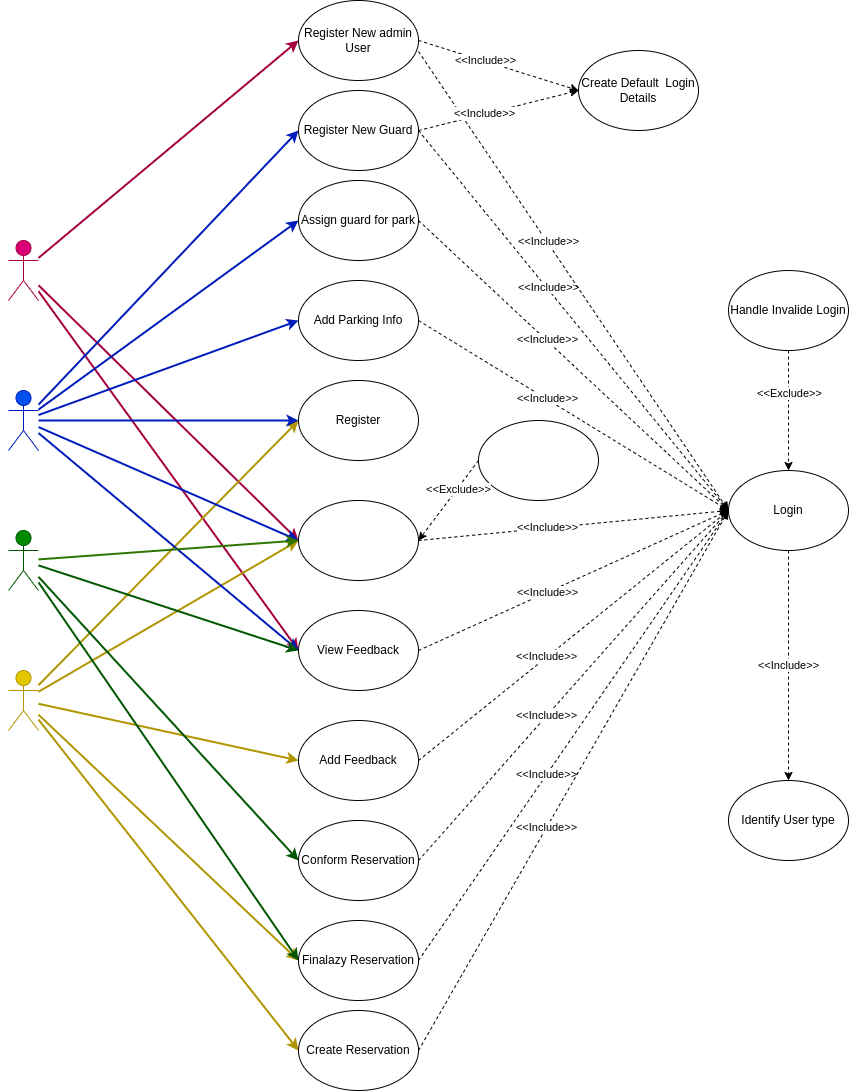
The draw.io diagram usecase/usecase.png in Ishan-Ravindu/park_finder_doc, before a commit. Source tidied: cells renumbered, new cells last; positions are measured from the earlier drawing's top-left corner, leaving out a move shared by most shapes.
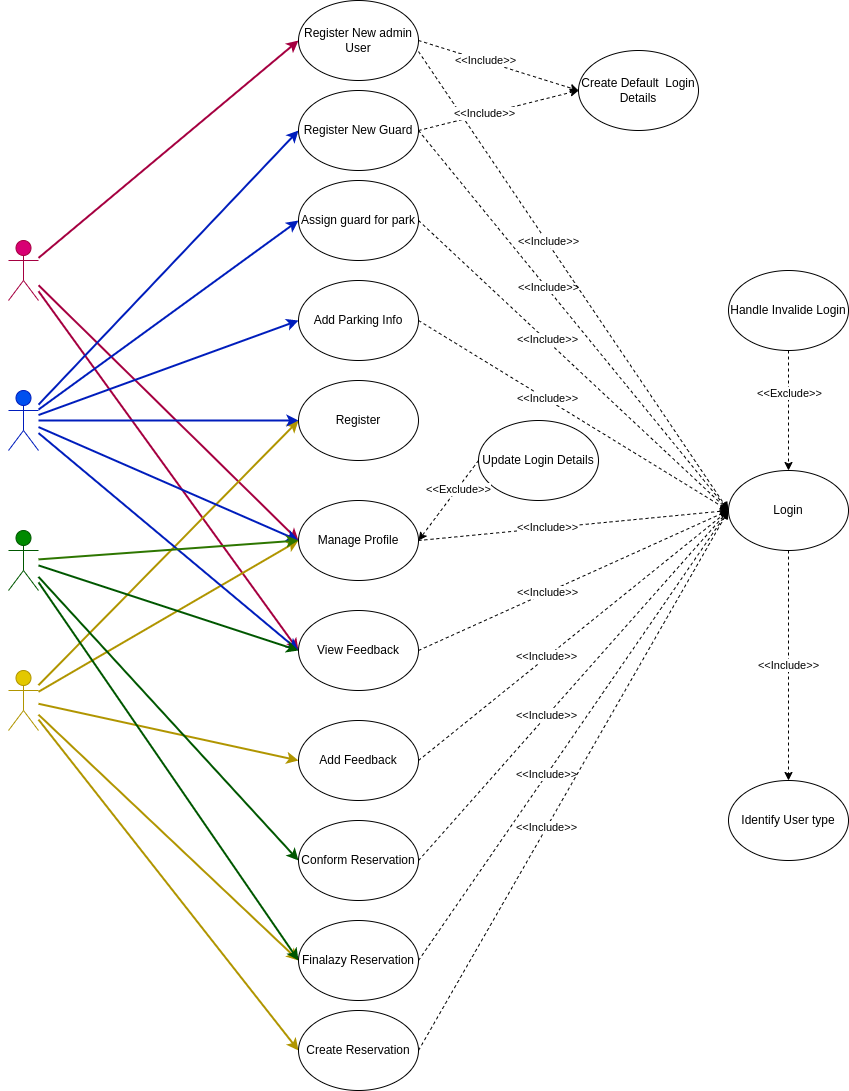
After the commit.

Commit message:
fix use case

What changed in the source:
```diff
@@ -185,7 +185,7 @@
     <mxCell id="62" value="&amp;lt;&amp;lt;Include&amp;gt;&amp;gt;" style="edgeLabel;html=1;align=center;verticalAlign=middle;" parent="61" vertex="1">
       <mxGeometry x="-0.17" y="1" relative="1" as="geometry" />
     </mxCell>
-    <mxCell id="63" value="Manage Profile" style="ellipse;whiteSpace=wrap;html=1;strokeColor=default;strokeWidth=1;fontColor=#ffffff;" parent="1" vertex="1">
+    <mxCell id="63" value="&lt;font color=&quot;#000000&quot;&gt;Manage Profile&lt;/font&gt;" style="ellipse;whiteSpace=wrap;html=1;strokeColor=default;strokeWidth=1;fontColor=#ffffff;" parent="1" vertex="1">
       <mxGeometry x="290" y="500" width="120" height="80" as="geometry" />
     </mxCell>
     <mxCell id="64" style="edgeStyle=none;html=1;exitX=1;exitY=0.5;exitDx=0;exitDy=0;dashed=1;entryX=0;entryY=0.5;entryDx=0;entryDy=0;" parent="1" edge="1" source="63" target="25">
@@ -194,7 +194,7 @@
     <mxCell id="65" value="&amp;lt;&amp;lt;Include&amp;gt;&amp;gt;" style="edgeLabel;html=1;align=center;verticalAlign=middle;" parent="64" vertex="1">
       <mxGeometry x="-0.17" y="1" relative="1" as="geometry" />
     </mxCell>
-    <mxCell id="66" value="Update Login Details" style="ellipse;whiteSpace=wrap;html=1;strokeColor=default;strokeWidth=1;fontColor=#ffffff;" parent="1" vertex="1">
+    <mxCell id="66" value="&lt;font color=&quot;#000000&quot;&gt;Update Login Details&lt;/font&gt;" style="ellipse;whiteSpace=wrap;html=1;strokeColor=default;strokeWidth=1;fontColor=#ffffff;" parent="1" vertex="1">
       <mxGeometry x="470" y="420" width="120" height="80" as="geometry" />
     </mxCell>
     <mxCell id="67" style="edgeStyle=none;html=1;dashed=1;entryX=1;entryY=0.5;entryDx=0;entryDy=0;exitX=0;exitY=0.5;exitDx=0;exitDy=0;" parent="1" edge="1" source="66" target="63">
```
